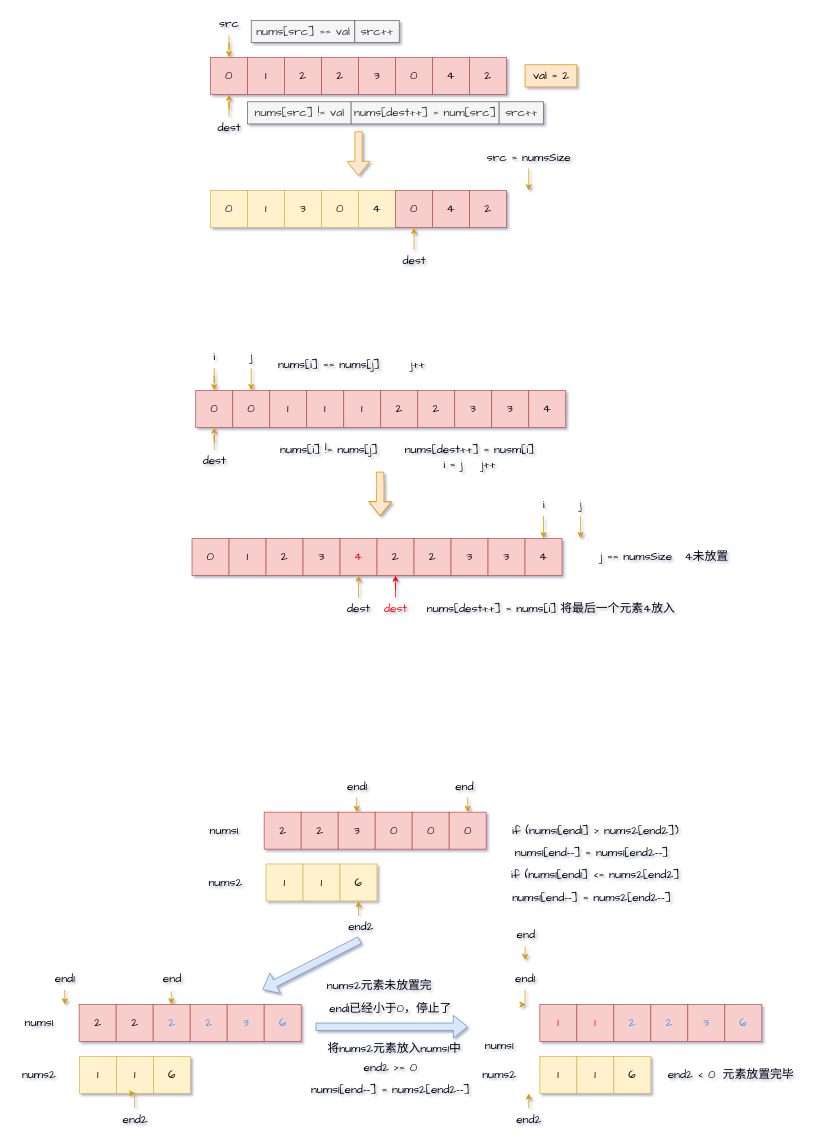
The draw.io diagram 日常代码/顺序表OJ/顺序表OJ.drawio in lrisvictoria/data-structure, before the edit. Source tidied: cells renumbered, new cells numbered last; positions are measured from the earlier drawing's top-left corner, leaving out a move shared by most shapes. Both pictures are drawn from the tidied source at 74%, with x=0, y=0 at pixel (12, 13).
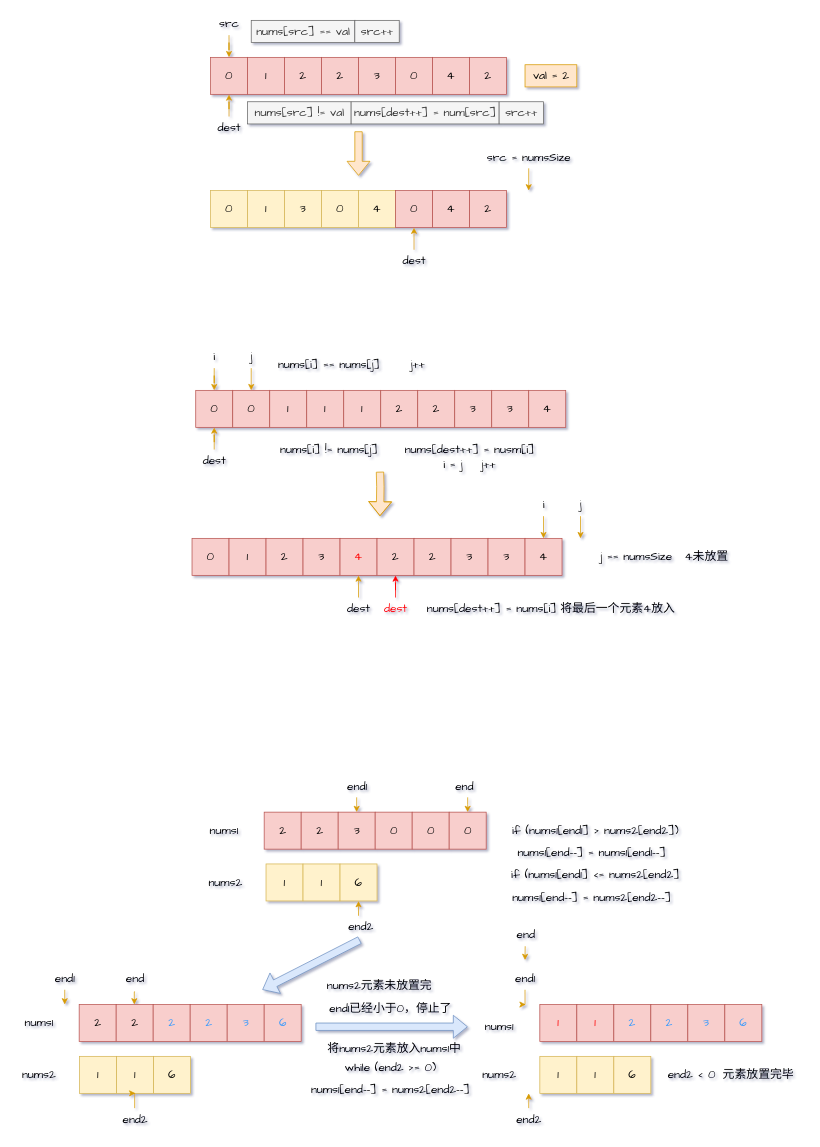
After the change.

Commit message:
reupload pic

Change to the diagram source:
```diff
@@
-    <mxCell id="95" value="nums1[end--] = nums1[end2--]" style="text;html=1;align=center;verticalAlign=middle;strokeColor=none;fillColor=none;fontSize=16;fontFamily=Comic Sans MS;" parent="1" vertex="1">
+    <mxCell id="95" value="nums1[end--] = nums1[end1--]" style="text;html=1;align=center;verticalAlign=middle;strokeColor=none;fillColor=none;fontSize=16;fontFamily=Comic Sans MS;" parent="1" vertex="1">
       <mxGeometry x="663" y="1120" width="240" height="30" as="geometry" />
     </mxCell>
@@
     <mxCell id="109" style="edgeStyle=orthogonalEdgeStyle;rounded=0;jettySize=auto;html=1;fontFamily=Comic Sans MS;fontSize=16;fillColor=#ffe6cc;strokeColor=#d79b00;exitX=0.51;exitY=1.093;exitDx=0;exitDy=0;exitPerimeter=0;" parent="1" edge="1" source="114">
       <mxGeometry relative="1" as="geometry">
-        <mxPoint x="215" y="1340" as="targetPoint" />
+        <mxPoint x="165" y="1340" as="targetPoint" />
         <Array as="points">
-          <mxPoint x="215" y="1323" />
+          <mxPoint x="165" y="1323" />
         </Array>
       </mxGeometry>
     </mxCell>
@@
     <mxCell id="114" value="&lt;font style=&quot;font-size: 16px;&quot; face=&quot;Comic Sans MS&quot;&gt;end&lt;/font&gt;" style="text;html=1;align=center;verticalAlign=middle;points=[];strokeColor=none;fillColor=none;" parent="1" vertex="1">
-      <mxGeometry x="190.5" y="1290" width="50" height="30" as="geometry" />
+      <mxGeometry x="140.5" y="1290" width="50" height="30" as="geometry" />
     </mxCell>
@@
     <mxCell id="118" value="&lt;font style=&quot;font-size: 16px;&quot; face=&quot;Comic Sans MS&quot;&gt;nums1&lt;/font&gt;" style="text;html=1;align=center;verticalAlign=middle;strokeColor=none;fillColor=none;" parent="1" vertex="1">
-      <mxGeometry x="623" y="1380" width="70" height="30" as="geometry" />
+      <mxGeometry x="623" y="1355.4" width="70" height="30" as="geometry" />
     </mxCell>
@@
-    <mxCell id="138" value="end2 &amp;gt;= 0" style="text;html=1;align=center;verticalAlign=middle;strokeColor=none;fillColor=none;fontSize=16;fontFamily=Comic Sans MS;fontColor=#000000;" parent="1" vertex="1">
-      <mxGeometry x="466.1" y="1410" width="90" height="30" as="geometry" />
+    <mxCell id="138" value="while (end2 &amp;gt;= 0)" style="text;html=1;align=center;verticalAlign=middle;strokeColor=none;fillColor=none;fontSize=16;fontFamily=Comic Sans MS;fontColor=#000000;" parent="1" vertex="1">
+      <mxGeometry x="436.1" y="1410" width="150" height="30" as="geometry" />
     </mxCell>
```
